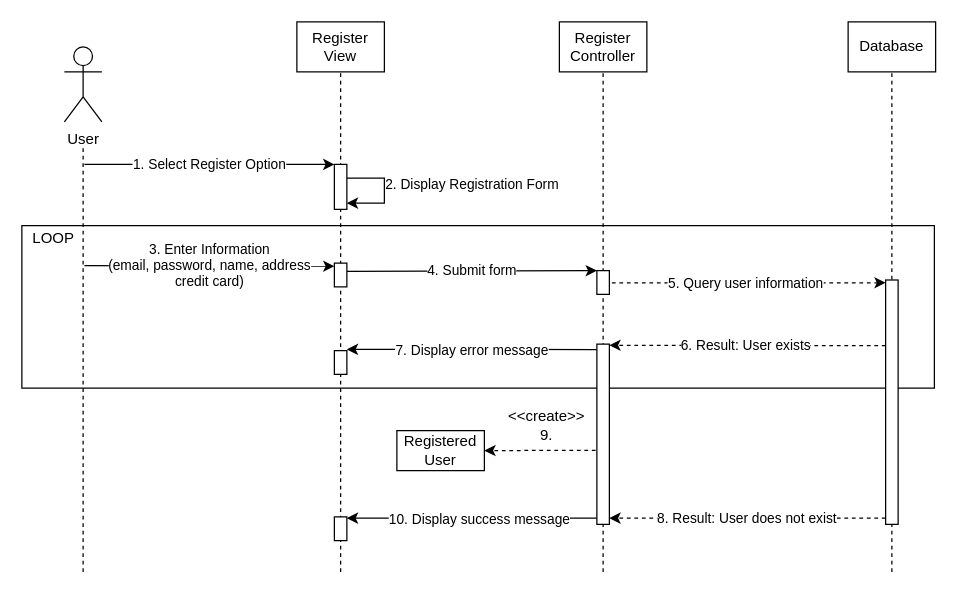
Before: Dessign Documents/Diagrams/interaction_diagram_register.drawio in folkg/movie-ticket-reservation-app, a draw.io diagram. Source tidied: cells renumbered, new cells numbered last; positions are measured from the earlier drawing's top-left corner, leaving out a move shared by most shapes. Both pictures are drawn from the tidied source at 125%, with x=0, y=0 at pixel (21, 21).
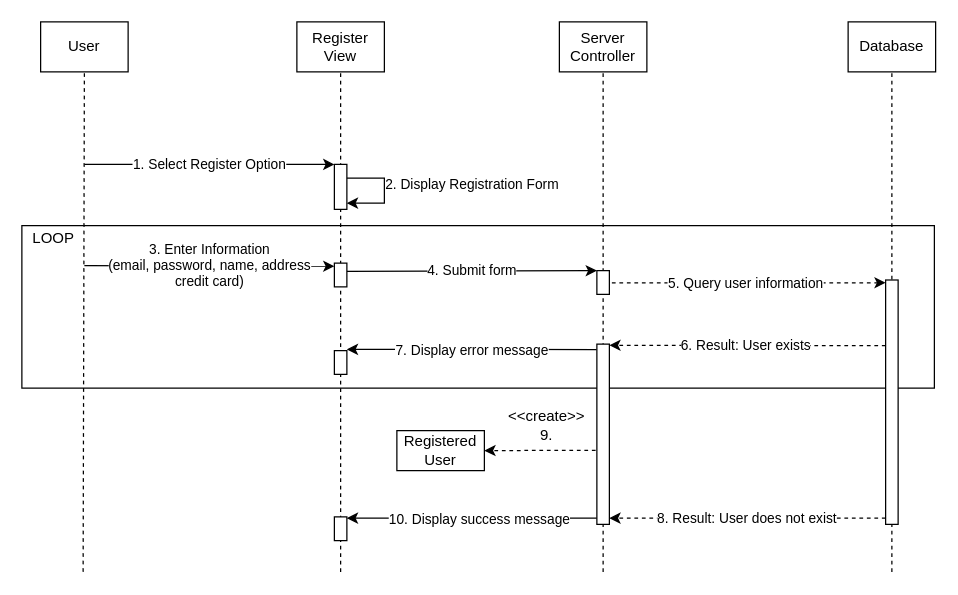
After the change.

Change to the diagram source:
```diff
@@
-    <mxCell id="3" value="User" style="shape=umlActor;verticalLabelPosition=bottom;verticalAlign=top;html=1;outlineConnect=0;strokeColor=#000000;fillColor=#FFFFFF;fontColor=#000000;" parent="1" vertex="1">
-      <mxGeometry x="34" y="20" width="30" height="60" as="geometry" />
-    </mxCell>
-    <mxCell id="4" style="endArrow=none;dashed=1;html=1;fontColor=#000000;strokeColor=#000000;" parent="1" edge="1">
+    <mxCell id="4" style="endArrow=none;dashed=1;html=1;fontColor=#000000;strokeColor=#000000;entryX=0.5;entryY=1;entryDx=0;entryDy=0;" parent="1" edge="1" target="3">
       <mxGeometry relative="1" as="geometry">
         <mxPoint x="49" y="440" as="sourcePoint" />
-        <mxPoint x="49" y="100" as="targetPoint" />
       </mxGeometry>
     </mxCell>
@@
-    <mxCell id="6" value="Register&lt;br&gt;Controller" style="rounded=0;whiteSpace=wrap;html=1;fontColor=#000000;strokeColor=#000000;fillColor=#FFFFFF;" parent="1" vertex="1">
+    <mxCell id="6" value="Server&lt;br&gt;Controller" style="rounded=0;whiteSpace=wrap;html=1;fontColor=#000000;strokeColor=#000000;fillColor=#FFFFFF;" parent="1" vertex="1">
       <mxGeometry x="430" width="70" height="40" as="geometry" />
     </mxCell>
@@
+    <mxCell id="3" value="User" style="rounded=0;whiteSpace=wrap;html=1;fontColor=#000000;strokeColor=#000000;fillColor=#FFFFFF;" parent="1" vertex="1">
+      <mxGeometry x="15" width="70" height="40" as="geometry" />
+    </mxCell>
```
